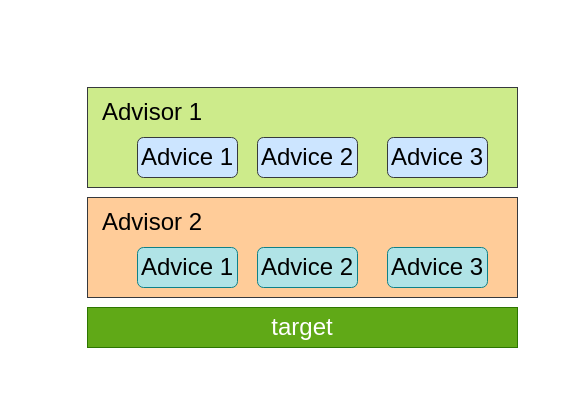
The draw.io diagram spring/spring-aop-1.drawio in GitHeP/diagrams, before the edit. Source tidied: cells renumbered, new cells numbered last; positions are measured from the earlier drawing's top-left corner, leaving out a move shared by most shapes. Both pictures are drawn from the tidied source at 100%, with x=0, y=0 at pixel (87, 87).
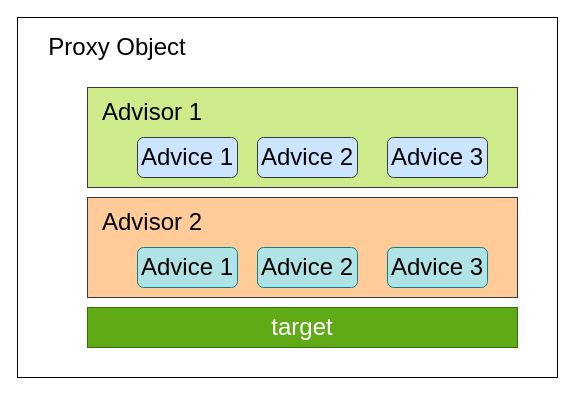
After the change.

What changed in the source:
```diff
@@
 <mxGraphModel>
   <root>
     <mxCell id="0" />
     <mxCell id="1" parent="0" />
+    <mxCell id="13" style="rounded=0;whiteSpace=wrap;html=1;fontSize=24;" parent="1" vertex="1">
+      <mxGeometry x="-70" y="-70" width="540" height="360" as="geometry" />
+    </mxCell>
     <mxCell id="2" value="&lt;font style=&quot;font-size: 24px;&quot;&gt;target&lt;/font&gt;" style="rounded=0;whiteSpace=wrap;html=1;fillColor=#60a917;fontColor=#ffffff;strokeColor=#2D7600;" parent="1" vertex="1">
       <mxGeometry y="220" width="430" height="40" as="geometry" />
     </mxCell>
     <mxCell id="3" style="rounded=0;whiteSpace=wrap;html=1;fontSize=24;fillColor=#ffcc99;strokeColor=#36393d;" parent="1" vertex="1">
       <mxGeometry y="110" width="430" height="100" as="geometry" />
     </mxCell>
     <mxCell id="4" value="Advisor 2" style="text;html=1;strokeColor=none;fillColor=none;align=center;verticalAlign=middle;whiteSpace=wrap;rounded=0;fontSize=24;" parent="1" vertex="1">
       <mxGeometry x="10" y="120" width="110" height="30" as="geometry" />
     </mxCell>
     <mxCell id="5" value="Advice 1" style="rounded=1;whiteSpace=wrap;html=1;fontSize=24;fillColor=#b0e3e6;strokeColor=#0e8088;" parent="1" vertex="1">
       <mxGeometry x="50" y="160" width="100" height="40" as="geometry" />
     </mxCell>
     <mxCell id="6" value="Advice 2" style="rounded=1;whiteSpace=wrap;html=1;fontSize=24;fillColor=#b0e3e6;strokeColor=#0e8088;" parent="1" vertex="1">
       <mxGeometry x="170" y="160" width="100" height="40" as="geometry" />
     </mxCell>
     <mxCell id="7" value="Advice 3" style="rounded=1;whiteSpace=wrap;html=1;fontSize=24;fillColor=#b0e3e6;strokeColor=#0e8088;" parent="1" vertex="1">
       <mxGeometry x="300" y="160" width="100" height="40" as="geometry" />
     </mxCell>
     <mxCell id="8" style="rounded=0;whiteSpace=wrap;html=1;fontSize=24;fillColor=#cdeb8b;strokeColor=#36393d;" parent="1" vertex="1">
       <mxGeometry width="430" height="100" as="geometry" />
     </mxCell>
     <mxCell id="9" value="Advisor 1" style="text;html=1;strokeColor=none;fillColor=none;align=center;verticalAlign=middle;whiteSpace=wrap;rounded=0;fontSize=24;" parent="1" vertex="1">
       <mxGeometry x="10" y="10" width="110" height="30" as="geometry" />
     </mxCell>
     <mxCell id="10" value="Advice 1" style="rounded=1;whiteSpace=wrap;html=1;fontSize=24;fillColor=#cce5ff;strokeColor=#36393d;" parent="1" vertex="1">
       <mxGeometry x="50" y="50" width="100" height="40" as="geometry" />
     </mxCell>
     <mxCell id="11" value="Advice 2" style="rounded=1;whiteSpace=wrap;html=1;fontSize=24;fillColor=#cce5ff;strokeColor=#36393d;" parent="1" vertex="1">
       <mxGeometry x="170" y="50" width="100" height="40" as="geometry" />
     </mxCell>
     <mxCell id="12" value="Advice 3" style="rounded=1;whiteSpace=wrap;html=1;fontSize=24;fillColor=#cce5ff;strokeColor=#36393d;" parent="1" vertex="1">
       <mxGeometry x="300" y="50" width="100" height="40" as="geometry" />
     </mxCell>
+    <mxCell id="14" value="Proxy Object" style="text;html=1;strokeColor=none;fillColor=none;align=center;verticalAlign=middle;whiteSpace=wrap;rounded=0;fontSize=24;" parent="1" vertex="1">
+      <mxGeometry x="-60" y="-60" width="180" height="40" as="geometry" />
+    </mxCell>
   </root>
 </mxGraphModel>
```
